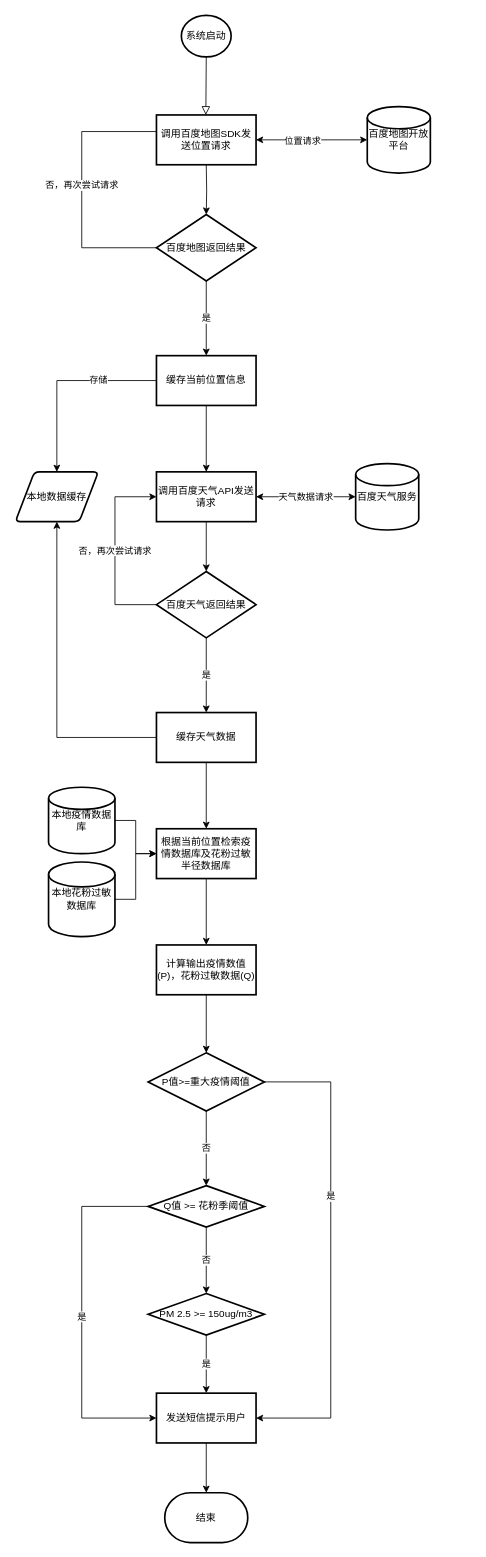
qiaoqiaoxiong/diagram keeps this draw.io diagram as assignment2.drawio. Above is the earlier version. Source tidied: cells renumbered, new cells numbered last; positions are measured from the earlier drawing's top-left corner, leaving out a move shared by most shapes. Both pictures are drawn from the tidied source at 83%, with x=0, y=0 at pixel (15, 15).
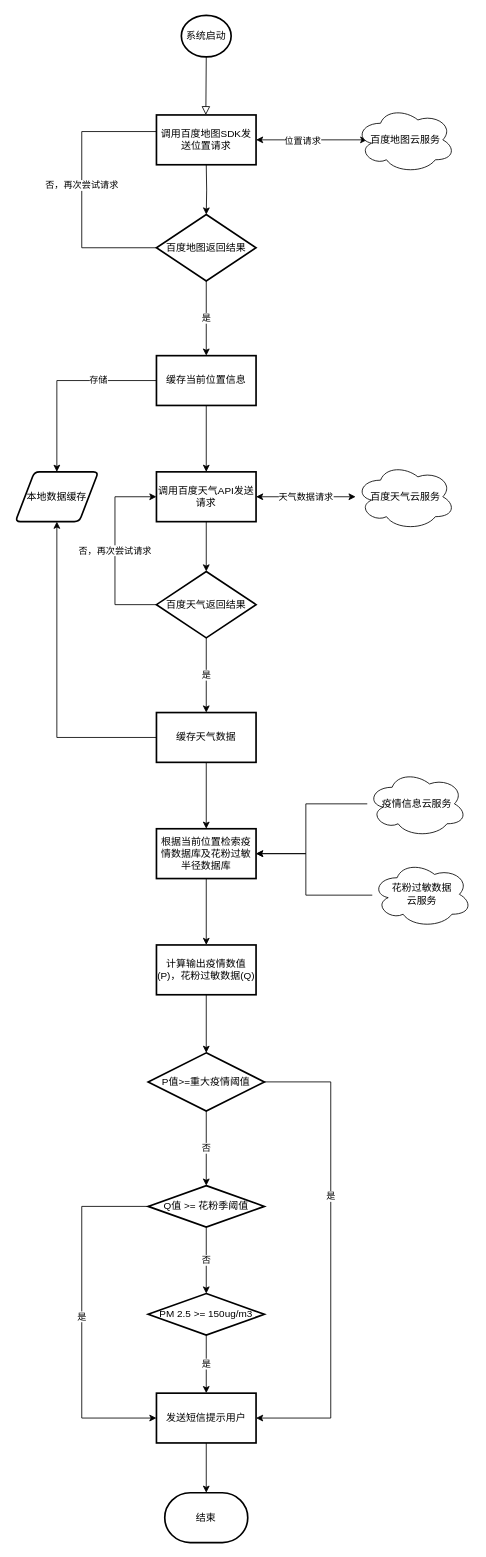
The same page after the edit.

Unchanged cells that the change refers to:
```xml
<mxCell id="16" value="调用百度天气API发送请求" style="whiteSpace=wrap;html=1;strokeWidth=2;" parent="1" vertex="1">
  <mxGeometry x="170" y="550" width="120" height="60" as="geometry" />
</mxCell>
<mxCell id="31" value="根据当前位置检索疫情数据库及花粉过敏半径数据库" style="whiteSpace=wrap;html=1;strokeWidth=2;" parent="1" vertex="1">
  <mxGeometry x="170" y="980" width="120" height="60" as="geometry" />
</mxCell>
<mxCell id="45" value="调用百度地图SDK发送位置请求" style="whiteSpace=wrap;html=1;strokeWidth=2;" parent="1" vertex="1">
  <mxGeometry x="170" y="120" width="120" height="60" as="geometry" />
</mxCell>
```

What changed in the source:
```diff
@@
-    <mxCell id="5" value="百度地图开放平台" style="strokeWidth=2;html=1;shape=mxgraph.flowchart.database;whiteSpace=wrap;" parent="1" vertex="1">
-      <mxGeometry x="424" y="110" width="76" height="80" as="geometry" />
-    </mxCell>
-    <mxCell id="6" style="endArrow=classic;startArrow=classic;html=1;exitX=1;exitY=0.5;exitDx=0;exitDy=0;" parent="1" edge="1" source="45" target="5">
-      <mxGeometry relative="1" as="geometry" />
+    <mxCell id="6" style="endArrow=classic;startArrow=classic;html=1;exitX=1;exitY=0.5;exitDx=0;exitDy=0;" parent="1" edge="1" source="45">
+      <mxGeometry relative="1" as="geometry">
+        <mxPoint x="424" y="150" as="targetPoint" />
+      </mxGeometry>
     </mxCell>
@@
-    <mxCell id="18" value="百度天气服务" style="strokeWidth=2;html=1;shape=mxgraph.flowchart.database;whiteSpace=wrap;" parent="1" vertex="1">
-      <mxGeometry x="410" y="540" width="76" height="80" as="geometry" />
-    </mxCell>
-    <mxCell id="19" value="天气数据请求" style="endArrow=classic;startArrow=classic;html=1;exitX=1;exitY=0.5;exitDx=0;exitDy=0;" parent="1" edge="1" source="16" target="18">
-      <mxGeometry relative="1" as="geometry" />
+    <mxCell id="19" value="天气数据请求" style="endArrow=classic;startArrow=classic;html=1;exitX=1;exitY=0.5;exitDx=0;exitDy=0;" parent="1" edge="1" source="16">
+      <mxGeometry relative="1" as="geometry">
+        <mxPoint x="410" y="580" as="targetPoint" />
+      </mxGeometry>
     </mxCell>
@@
-    <mxCell id="26" style="edgeStyle=orthogonalEdgeStyle;rounded=0;jettySize=auto;html=1;entryX=0;entryY=0.5;entryDx=0;entryDy=0;" parent="1" edge="1" source="27" target="31">
-      <mxGeometry relative="1" as="geometry" />
-    </mxCell>
-    <mxCell id="27" value="本地疫情数据库" style="strokeWidth=2;html=1;shape=mxgraph.flowchart.database;whiteSpace=wrap;" parent="1" vertex="1">
-      <mxGeometry x="40" y="930" width="80" height="80" as="geometry" />
-    </mxCell>
-    <mxCell id="28" style="edgeStyle=orthogonalEdgeStyle;rounded=0;jettySize=auto;html=1;exitX=1;exitY=0.5;exitDx=0;exitDy=0;exitPerimeter=0;entryX=0;entryY=0.5;entryDx=0;entryDy=0;" parent="1" edge="1" source="29" target="31">
-      <mxGeometry relative="1" as="geometry" />
-    </mxCell>
-    <mxCell id="29" value="本地花粉过敏数据库" style="strokeWidth=2;html=1;shape=mxgraph.flowchart.database;whiteSpace=wrap;" parent="1" vertex="1">
-      <mxGeometry x="40" y="1020" width="80" height="90" as="geometry" />
-    </mxCell>
@@
+    <mxCell id="46" value="百度地图云服务" style="ellipse;shape=cloud;whiteSpace=wrap;html=1;" parent="1" vertex="1">
+      <mxGeometry x="410" y="110" width="120" height="80" as="geometry" />
+    </mxCell>
+    <mxCell id="47" value="百度天气云服务" style="ellipse;shape=cloud;whiteSpace=wrap;html=1;" parent="1" vertex="1">
+      <mxGeometry x="410" y="540" width="120" height="80" as="geometry" />
+    </mxCell>
+    <mxCell id="48" style="edgeStyle=orthogonalEdgeStyle;rounded=0;jettySize=auto;html=1;entryX=1;entryY=0.5;entryDx=0;entryDy=0;" parent="1" edge="1" source="49" target="31">
+      <mxGeometry relative="1" as="geometry">
+        <Array as="points">
+          <mxPoint x="350" y="950" />
+          <mxPoint x="350" y="1010" />
+        </Array>
+      </mxGeometry>
+    </mxCell>
+    <mxCell id="49" value="疫情信息云服务" style="ellipse;shape=cloud;whiteSpace=wrap;html=1;" parent="1" vertex="1">
+      <mxGeometry x="424" y="910" width="120" height="80" as="geometry" />
+    </mxCell>
+    <mxCell id="50" style="edgeStyle=orthogonalEdgeStyle;rounded=0;jettySize=auto;html=1;" parent="1" edge="1" source="51">
+      <mxGeometry relative="1" as="geometry">
+        <mxPoint x="290" y="1010" as="targetPoint" />
+        <Array as="points">
+          <mxPoint x="350" y="1060" />
+          <mxPoint x="350" y="1010" />
+        </Array>
+      </mxGeometry>
+    </mxCell>
+    <mxCell id="51" value="花粉过敏数据&lt;br&gt;云服务" style="ellipse;shape=cloud;whiteSpace=wrap;html=1;" parent="1" vertex="1">
+      <mxGeometry x="430" y="1019" width="120" height="80" as="geometry" />
+    </mxCell>
```
